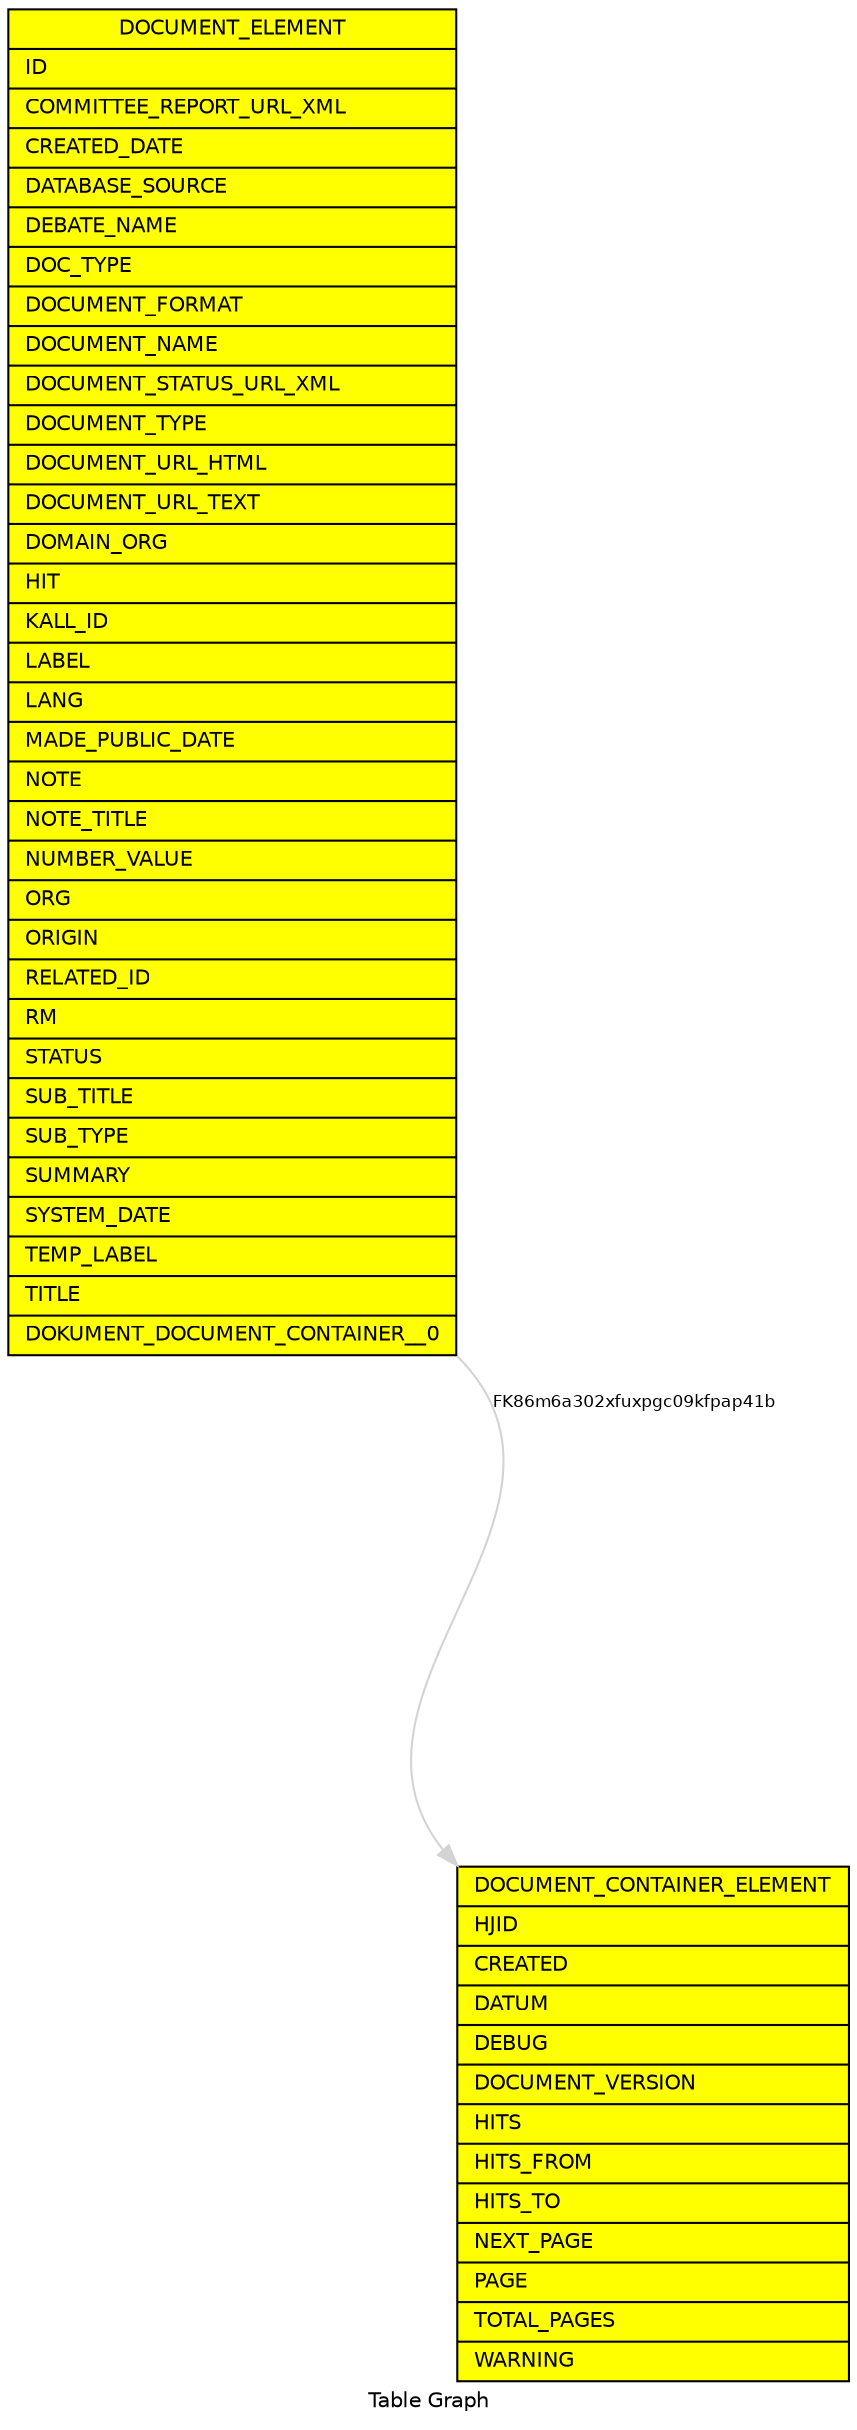
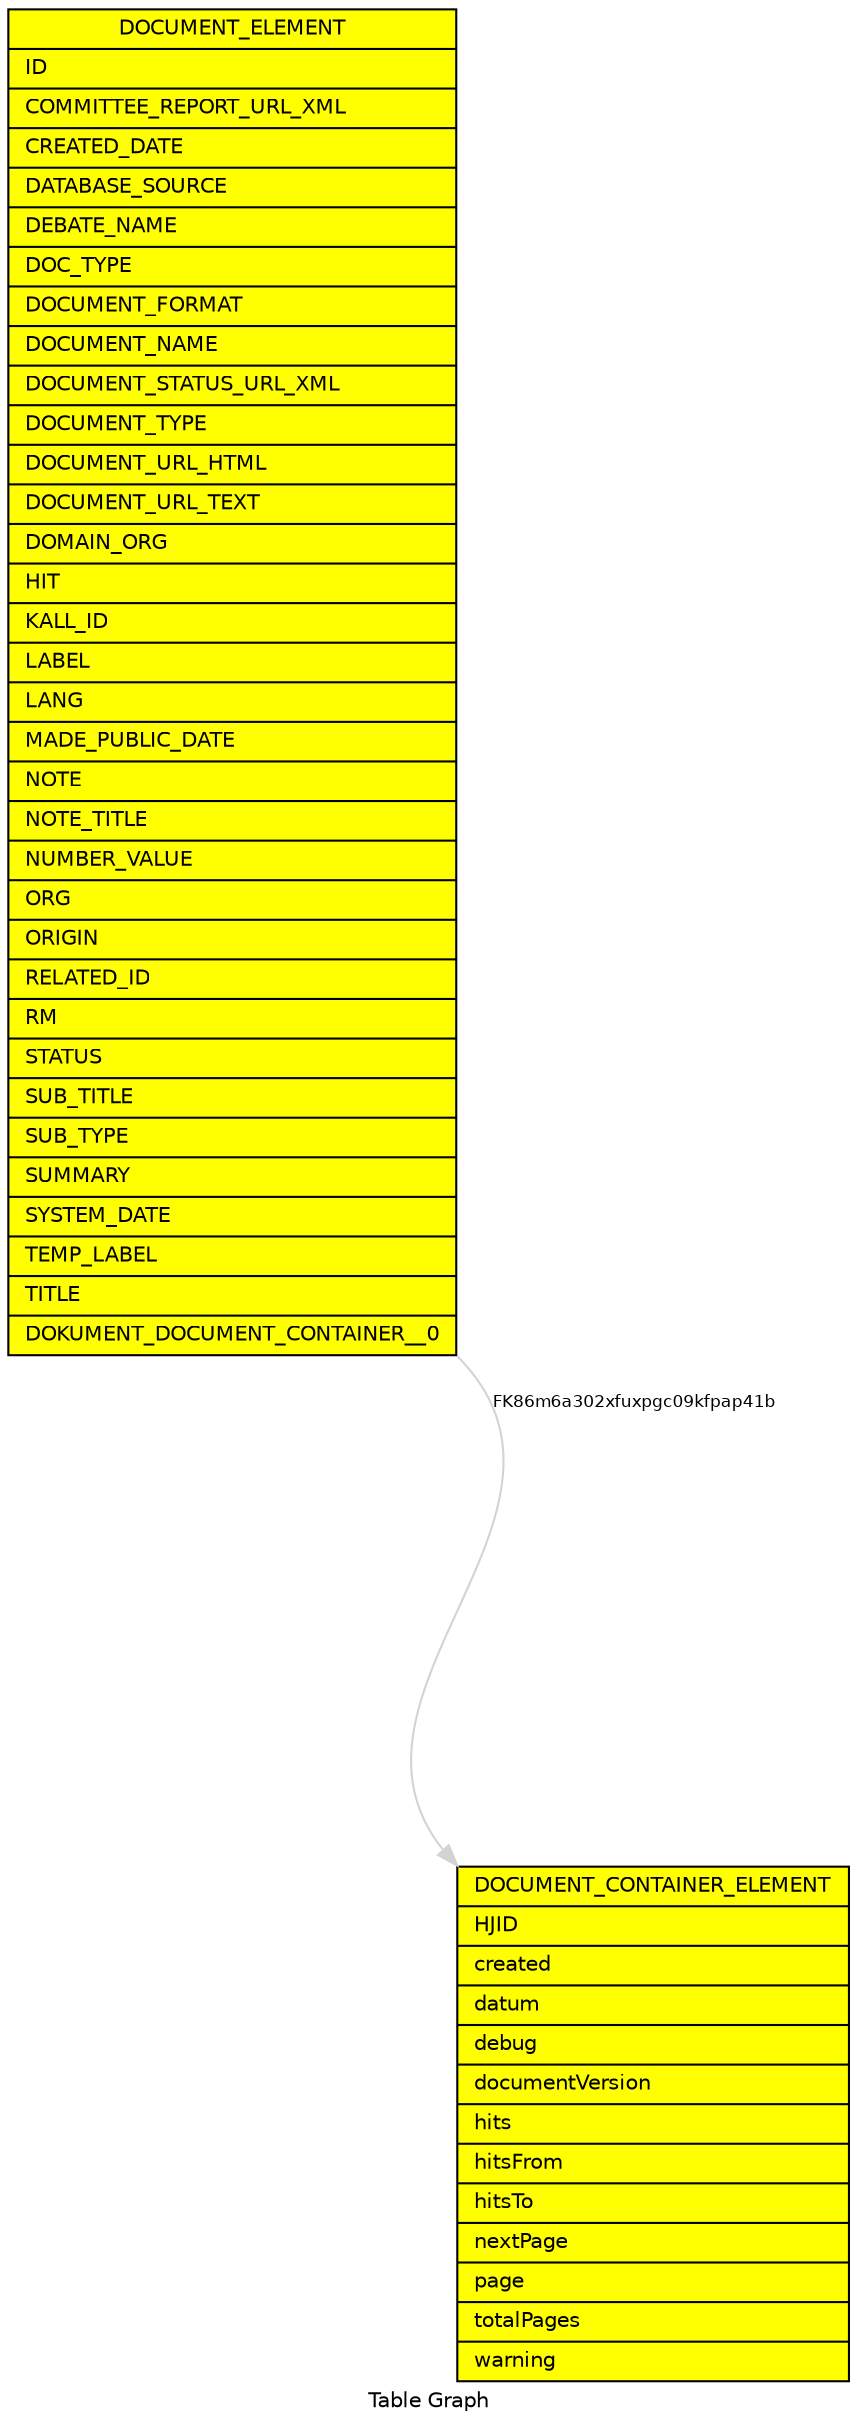
digraph TableGraph {
  compound=true;
    bgcolor="white";
    fontcolor="black"; fontname="Helvetica"; fontsize="10.0";
    ranksep="equally";
    label="Table Graph";
    URL="http://tools.hibernate.org";
  edge [
        color="lightgrey",
        fontcolor="black",
        fontname="Helvetica",
        fontsize="8.0",
        labelangle=-25.0,
        labeldistance=1.5
        headport=nw,
        tailport=se
        ];
  node [
       fontcolor="black",
       fontname="Helvetica",
       fontsize="10.0",
       shape=record,
       fillcolor="yellow",
       style="solid,filled"];

/* TODO: multi schema tables */
  /* Node DOCUMENT_CONTAINER_ELEMENT */
-   DOCUMENT_CONTAINER_ELEMENT [ label = "{ DOCUMENT_CONTAINER_ELEMENT| <HJID>HJID\l | <CREATED>CREATED\l | <DATUM>DATUM\l | <DEBUG>DEBUG\l | <DOCUMENT_VERSION>DOCUMENT_VERSION\l | <HITS>HITS\l | <HITS_FROM>HITS_FROM\l | <HITS_TO>HITS_TO\l | <NEXT_PAGE>NEXT_PAGE\l | <PAGE>PAGE\l | <TOTAL_PAGES>TOTAL_PAGES\l | <WARNING>WARNING\l }" ]
+   DOCUMENT_CONTAINER_ELEMENT [ label = "{ DOCUMENT_CONTAINER_ELEMENT| <HJID>HJID\l | <created>created\l | <datum>datum\l | <debug>debug\l | <documentVersion>documentVersion\l | <hits>hits\l | <hitsFrom>hitsFrom\l | <hitsTo>hitsTo\l | <nextPage>nextPage\l | <page>page\l | <totalPages>totalPages\l | <warning>warning\l }" ]

  /* edges/nodes for DOCUMENT_CONTAINER_ELEMENT */
  /* Node DOCUMENT_ELEMENT */
  DOCUMENT_ELEMENT [ label = "{ DOCUMENT_ELEMENT| <ID>ID\l | <COMMITTEE_REPORT_URL_XML>COMMITTEE_REPORT_URL_XML\l | <CREATED_DATE>CREATED_DATE\l | <DATABASE_SOURCE>DATABASE_SOURCE\l | <DEBATE_NAME>DEBATE_NAME\l | <DOC_TYPE>DOC_TYPE\l | <DOCUMENT_FORMAT>DOCUMENT_FORMAT\l | <DOCUMENT_NAME>DOCUMENT_NAME\l | <DOCUMENT_STATUS_URL_XML>DOCUMENT_STATUS_URL_XML\l | <DOCUMENT_TYPE>DOCUMENT_TYPE\l | <DOCUMENT_URL_HTML>DOCUMENT_URL_HTML\l | <DOCUMENT_URL_TEXT>DOCUMENT_URL_TEXT\l | <DOMAIN_ORG>DOMAIN_ORG\l | <HIT>HIT\l | <KALL_ID>KALL_ID\l | <LABEL>LABEL\l | <LANG>LANG\l | <MADE_PUBLIC_DATE>MADE_PUBLIC_DATE\l | <NOTE>NOTE\l | <NOTE_TITLE>NOTE_TITLE\l | <NUMBER_VALUE>NUMBER_VALUE\l | <ORG>ORG\l | <ORIGIN>ORIGIN\l | <RELATED_ID>RELATED_ID\l | <RM>RM\l | <STATUS>STATUS\l | <SUB_TITLE>SUB_TITLE\l | <SUB_TYPE>SUB_TYPE\l | <SUMMARY>SUMMARY\l | <SYSTEM_DATE>SYSTEM_DATE\l | <TEMP_LABEL>TEMP_LABEL\l | <TITLE>TITLE\l | <DOKUMENT_DOCUMENT_CONTAINER__0>DOKUMENT_DOCUMENT_CONTAINER__0\l }" ]

  /* edges/nodes for DOCUMENT_ELEMENT */
     DOCUMENT_ELEMENT -> DOCUMENT_CONTAINER_ELEMENT [
        label="FK86m6a302xfuxpgc09kfpap41b"
        ]

}

